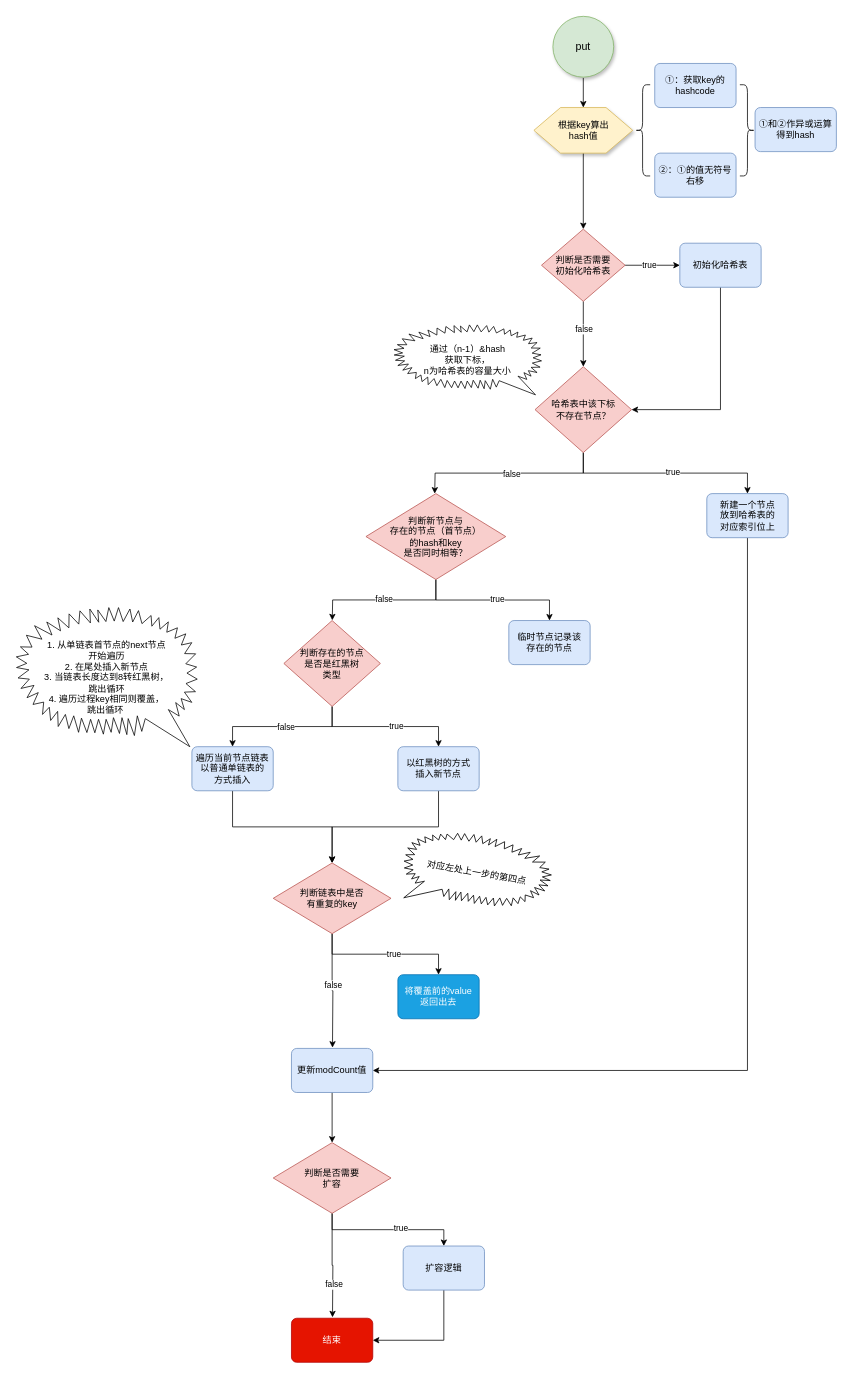
Earlier version of the draw.io diagram typora/JavaSE/6 集合/drawio/HashMap/put过程1.8.drawio (LDChing0321/JavaLearn). Source tidied: cells renumbered, new cells numbered last; positions are measured from the earlier drawing's top-left corner, leaving out a move shared by most shapes. Both pictures are drawn from the tidied source at 76%, with x=0, y=0 at pixel (16, 16).
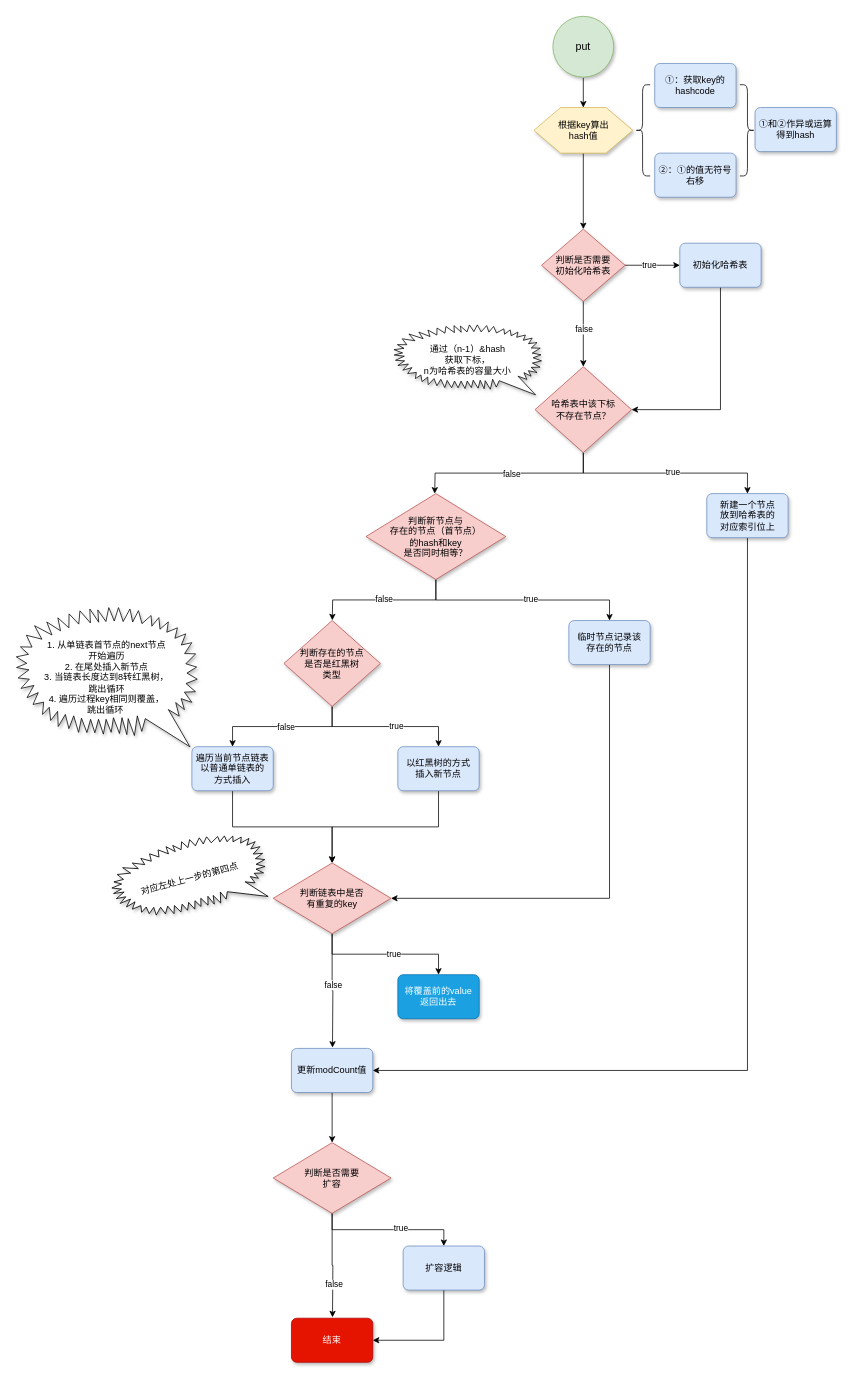
The same page after the edit.

The edit, as a diff of the source:
```diff
@@
-    <mxCell id="7" value="①：获取key的hashcode" style="rounded=1;whiteSpace=wrap;html=1;absoluteArcSize=1;arcSize=14;strokeWidth=1;fillColor=#dae8fc;strokeColor=#6c8ebf;" parent="1" vertex="1">
+    <mxCell id="7" value="①：获取key的hashcode" style="rounded=1;whiteSpace=wrap;html=1;absoluteArcSize=1;arcSize=14;strokeWidth=1;fillColor=#dae8fc;strokeColor=#6c8ebf;shadow=1;" parent="1" vertex="1">
       <mxGeometry x="840" y="62" width="107" height="58" as="geometry" />
     </mxCell>
-    <mxCell id="8" value="②：①的值无符号右移" style="rounded=1;whiteSpace=wrap;html=1;absoluteArcSize=1;arcSize=14;strokeWidth=1;fillColor=#dae8fc;strokeColor=#6c8ebf;" parent="1" vertex="1">
+    <mxCell id="8" value="②：①的值无符号右移" style="rounded=1;whiteSpace=wrap;html=1;absoluteArcSize=1;arcSize=14;strokeWidth=1;fillColor=#dae8fc;strokeColor=#6c8ebf;shadow=1;" parent="1" vertex="1">
       <mxGeometry x="840" y="180" width="107" height="58" as="geometry" />
     </mxCell>
@@
-    <mxCell id="10" value="①和②作异或运算得到hash" style="rounded=1;whiteSpace=wrap;html=1;absoluteArcSize=1;arcSize=14;strokeWidth=1;fillColor=#dae8fc;strokeColor=#6c8ebf;" parent="1" vertex="1">
+    <mxCell id="10" value="①和②作异或运算得到hash" style="rounded=1;whiteSpace=wrap;html=1;absoluteArcSize=1;arcSize=14;strokeWidth=1;fillColor=#dae8fc;strokeColor=#6c8ebf;shadow=1;" parent="1" vertex="1">
       <mxGeometry x="972" y="120" width="107" height="58" as="geometry" />
     </mxCell>
@@
-    <mxCell id="15" value="判断是否需要&lt;br&gt;初始化哈希表" style="strokeWidth=1;html=1;shape=mxgraph.flowchart.decision;whiteSpace=wrap;fillColor=#f8cecc;strokeColor=#b85450;" parent="1" vertex="1">
+    <mxCell id="15" value="判断是否需要&lt;br&gt;初始化哈希表" style="strokeWidth=1;html=1;shape=mxgraph.flowchart.decision;whiteSpace=wrap;fillColor=#f8cecc;strokeColor=#b85450;shadow=1;" parent="1" vertex="1">
       <mxGeometry x="691" y="280" width="110" height="95" as="geometry" />
     </mxCell>
@@
-    <mxCell id="17" value="初始化哈希表" style="rounded=1;whiteSpace=wrap;html=1;absoluteArcSize=1;arcSize=14;strokeWidth=1;fillColor=#dae8fc;strokeColor=#6c8ebf;" parent="1" vertex="1">
+    <mxCell id="17" value="初始化哈希表" style="rounded=1;whiteSpace=wrap;html=1;absoluteArcSize=1;arcSize=14;strokeWidth=1;fillColor=#dae8fc;strokeColor=#6c8ebf;shadow=1;" parent="1" vertex="1">
       <mxGeometry x="873" y="298.5" width="107" height="58" as="geometry" />
     </mxCell>
@@
-    <mxCell id="22" value="哈希表中该下标&lt;br&gt;不存在节点？" style="strokeWidth=1;html=1;shape=mxgraph.flowchart.decision;whiteSpace=wrap;fillColor=#f8cecc;strokeColor=#b85450;" parent="1" vertex="1">
+    <mxCell id="22" value="哈希表中该下标&lt;br&gt;不存在节点？" style="strokeWidth=1;html=1;shape=mxgraph.flowchart.decision;whiteSpace=wrap;fillColor=#f8cecc;strokeColor=#b85450;shadow=1;" parent="1" vertex="1">
       <mxGeometry x="682.5" y="461" width="127" height="113" as="geometry" />
     </mxCell>
-    <mxCell id="23" value="通过（n-1）&amp;amp;hash&lt;br&gt;获取下标，&lt;br&gt;n为哈希表的容量大小" style="whiteSpace=wrap;html=1;shape=mxgraph.basic.loud_callout;strokeWidth=1;flipH=1;" parent="1" vertex="1">
+    <mxCell id="23" value="通过（n-1）&amp;amp;hash&lt;br&gt;获取下标，&lt;br&gt;n为哈希表的容量大小" style="whiteSpace=wrap;html=1;shape=mxgraph.basic.loud_callout;strokeWidth=1;flipH=1;shadow=1;" parent="1" vertex="1">
       <mxGeometry x="497" y="406" width="194" height="92" as="geometry" />
     </mxCell>
@@
-    <mxCell id="25" value="新建一个节点&lt;br&gt;放到哈希表的&lt;br&gt;对应索引位上" style="rounded=1;whiteSpace=wrap;html=1;absoluteArcSize=1;arcSize=14;strokeWidth=1;fillColor=#dae8fc;strokeColor=#6c8ebf;" parent="1" vertex="1">
+    <mxCell id="25" value="新建一个节点&lt;br&gt;放到哈希表的&lt;br&gt;对应索引位上" style="rounded=1;whiteSpace=wrap;html=1;absoluteArcSize=1;arcSize=14;strokeWidth=1;fillColor=#dae8fc;strokeColor=#6c8ebf;glass=0;shadow=1;" parent="1" vertex="1">
       <mxGeometry x="908.5" y="628" width="107" height="58" as="geometry" />
     </mxCell>
@@
-    <mxCell id="30" value="判断新节点与&lt;br&gt;存在的节点（首节点）&lt;br&gt;的hash和key&lt;br&gt;是否同时相等？" style="strokeWidth=1;html=1;shape=mxgraph.flowchart.decision;whiteSpace=wrap;fillColor=#f8cecc;strokeColor=#b85450;" parent="1" vertex="1">
+    <mxCell id="30" value="判断新节点与&lt;br&gt;存在的节点（首节点）&lt;br&gt;的hash和key&lt;br&gt;是否同时相等？" style="strokeWidth=1;html=1;shape=mxgraph.flowchart.decision;whiteSpace=wrap;fillColor=#f8cecc;strokeColor=#b85450;shadow=1;" parent="1" vertex="1">
       <mxGeometry x="460" y="628" width="184" height="113" as="geometry" />
     </mxCell>
+    <mxCell id="59" style="edgeStyle=orthogonalEdgeStyle;rounded=0;jettySize=auto;html=1;exitX=0.5;exitY=1;exitDx=0;exitDy=0;entryX=1;entryY=0.5;entryDx=0;entryDy=0;entryPerimeter=0;" parent="1" edge="1" source="31" target="46">
+      <mxGeometry relative="1" as="geometry" />
+    </mxCell>
-    <mxCell id="31" value="临时节点记录该&lt;br&gt;存在的节点" style="rounded=1;whiteSpace=wrap;html=1;absoluteArcSize=1;arcSize=14;strokeWidth=1;fillColor=#dae8fc;strokeColor=#6c8ebf;" parent="1" vertex="1">
-      <mxGeometry x="648" y="795" width="107" height="58" as="geometry" />
+    <mxCell id="31" value="临时节点记录该&lt;br&gt;存在的节点" style="rounded=1;whiteSpace=wrap;html=1;absoluteArcSize=1;arcSize=14;strokeWidth=1;fillColor=#dae8fc;strokeColor=#6c8ebf;shadow=1;" parent="1" vertex="1">
+      <mxGeometry x="727" y="795" width="107" height="58" as="geometry" />
     </mxCell>
@@
-    <mxCell id="36" value="判断存在的节点&lt;br&gt;是否是红黑树&lt;br&gt;类型" style="strokeWidth=1;html=1;shape=mxgraph.flowchart.decision;whiteSpace=wrap;fillColor=#f8cecc;strokeColor=#b85450;" parent="1" vertex="1">
+    <mxCell id="36" value="判断存在的节点&lt;br&gt;是否是红黑树&lt;br&gt;类型" style="strokeWidth=1;html=1;shape=mxgraph.flowchart.decision;whiteSpace=wrap;fillColor=#f8cecc;strokeColor=#b85450;shadow=1;" parent="1" vertex="1">
       <mxGeometry x="352" y="795" width="127" height="113" as="geometry" />
     </mxCell>
@@
-    <mxCell id="38" value="以红黑树的方式&lt;br&gt;插入新节点" style="rounded=1;whiteSpace=wrap;html=1;absoluteArcSize=1;arcSize=14;strokeWidth=1;fillColor=#dae8fc;strokeColor=#6c8ebf;" parent="1" vertex="1">
+    <mxCell id="38" value="以红黑树的方式&lt;br&gt;插入新节点" style="rounded=1;whiteSpace=wrap;html=1;absoluteArcSize=1;arcSize=14;strokeWidth=1;fillColor=#dae8fc;strokeColor=#6c8ebf;shadow=1;" parent="1" vertex="1">
       <mxGeometry x="502" y="961" width="107" height="58" as="geometry" />
     </mxCell>
@@
-    <mxCell id="40" value="遍历当前节点链表&lt;br&gt;以普通单链表的&lt;br&gt;方式插入" style="rounded=1;whiteSpace=wrap;html=1;absoluteArcSize=1;arcSize=14;strokeWidth=1;fillColor=#dae8fc;strokeColor=#6c8ebf;" parent="1" vertex="1">
+    <mxCell id="40" value="遍历当前节点链表&lt;br&gt;以普通单链表的&lt;br&gt;方式插入" style="rounded=1;whiteSpace=wrap;html=1;absoluteArcSize=1;arcSize=14;strokeWidth=1;fillColor=#dae8fc;strokeColor=#6c8ebf;shadow=1;" parent="1" vertex="1">
       <mxGeometry x="231" y="961" width="107" height="58" as="geometry" />
     </mxCell>
-    <mxCell id="41" value="1. 从单链表首节点的next节点&lt;br&gt;开始遍历&lt;br&gt;2.&amp;nbsp;在尾处插入新节点&lt;br&gt;3.&amp;nbsp;当链表长度达到8转红黑树，&lt;br&gt;跳出循环&lt;br&gt;4.&amp;nbsp;遍历过程key相同则覆盖，&lt;br&gt;跳出循环&amp;nbsp;" style="whiteSpace=wrap;html=1;shape=mxgraph.basic.loud_callout;strokeWidth=1;flipH=1;align=center;" parent="1" vertex="1">
+    <mxCell id="41" value="1. 从单链表首节点的next节点&lt;br&gt;开始遍历&lt;br&gt;2.&amp;nbsp;在尾处插入新节点&lt;br&gt;3.&amp;nbsp;当链表长度达到8转红黑树，&lt;br&gt;跳出循环&lt;br&gt;4.&amp;nbsp;遍历过程key相同则覆盖，&lt;br&gt;跳出循环&amp;nbsp;" style="whiteSpace=wrap;html=1;shape=mxgraph.basic.loud_callout;strokeWidth=1;flipH=1;align=center;shadow=1;" parent="1" vertex="1">
       <mxGeometry y="778" width="238" height="183" as="geometry" />
     </mxCell>
@@
-    <mxCell id="46" value="判断链表中是否&lt;br&gt;有重复的key" style="strokeWidth=1;html=1;shape=mxgraph.flowchart.decision;whiteSpace=wrap;fillColor=#f8cecc;strokeColor=#b85450;" parent="1" vertex="1">
+    <mxCell id="46" value="判断链表中是否&lt;br&gt;有重复的key" style="strokeWidth=1;html=1;shape=mxgraph.flowchart.decision;whiteSpace=wrap;fillColor=#f8cecc;strokeColor=#b85450;shadow=1;" parent="1" vertex="1">
       <mxGeometry x="338" y="1114" width="155" height="93" as="geometry" />
     </mxCell>
-    <mxCell id="47" value="对应左处上一步的第四点" style="whiteSpace=wrap;html=1;shape=mxgraph.basic.loud_callout;strokeWidth=1;flipH=0;rotation=10;" parent="1" vertex="1">
-      <mxGeometry x="509" y="1078" width="194" height="98" as="geometry" />
+    <mxCell id="47" value="对应左处上一步的第四点" style="whiteSpace=wrap;html=1;shape=mxgraph.basic.loud_callout;strokeWidth=1;flipH=1;rotation=-15;shadow=1;" parent="1" vertex="1">
+      <mxGeometry x="126" y="1085" width="204" height="99" as="geometry" />
     </mxCell>
-    <mxCell id="48" value="将覆盖前的value&lt;br&gt;返回出去" style="rounded=1;whiteSpace=wrap;html=1;absoluteArcSize=1;arcSize=14;strokeWidth=1;fillColor=#1ba1e2;strokeColor=#006EAF;fontColor=#ffffff;" parent="1" vertex="1">
+    <mxCell id="48" value="将覆盖前的value&lt;br&gt;返回出去" style="rounded=1;whiteSpace=wrap;html=1;absoluteArcSize=1;arcSize=14;strokeWidth=1;fillColor=#1ba1e2;strokeColor=#006EAF;fontColor=#ffffff;shadow=1;" parent="1" vertex="1">
       <mxGeometry x="502" y="1261" width="107" height="58" as="geometry" />
     </mxCell>
@@
-    <mxCell id="50" value="更新modCount值" style="rounded=1;whiteSpace=wrap;html=1;absoluteArcSize=1;arcSize=14;strokeWidth=1;fillColor=#dae8fc;strokeColor=#6c8ebf;" parent="1" vertex="1">
+    <mxCell id="50" value="更新modCount值" style="rounded=1;whiteSpace=wrap;html=1;absoluteArcSize=1;arcSize=14;strokeWidth=1;fillColor=#dae8fc;strokeColor=#6c8ebf;shadow=1;" parent="1" vertex="1">
       <mxGeometry x="362" y="1358" width="107" height="58" as="geometry" />
     </mxCell>
@@
-    <mxCell id="55" value="判断是否需要&lt;br&gt;扩容" style="strokeWidth=1;html=1;shape=mxgraph.flowchart.decision;whiteSpace=wrap;fillColor=#f8cecc;strokeColor=#b85450;" parent="1" vertex="1">
+    <mxCell id="55" value="判断是否需要&lt;br&gt;扩容" style="strokeWidth=1;html=1;shape=mxgraph.flowchart.decision;whiteSpace=wrap;fillColor=#f8cecc;strokeColor=#b85450;shadow=1;" parent="1" vertex="1">
       <mxGeometry x="338" y="1482" width="155" height="93" as="geometry" />
     </mxCell>
@@
-    <mxCell id="57" value="扩容逻辑" style="rounded=1;whiteSpace=wrap;html=1;absoluteArcSize=1;arcSize=14;strokeWidth=1;fillColor=#dae8fc;strokeColor=#6c8ebf;" parent="1" vertex="1">
+    <mxCell id="57" value="扩容逻辑" style="rounded=1;whiteSpace=wrap;html=1;absoluteArcSize=1;arcSize=14;strokeWidth=1;fillColor=#dae8fc;strokeColor=#6c8ebf;shadow=1;" parent="1" vertex="1">
       <mxGeometry x="509" y="1618" width="107" height="58" as="geometry" />
     </mxCell>
-    <mxCell id="58" value="结束" style="rounded=1;whiteSpace=wrap;html=1;absoluteArcSize=1;arcSize=14;strokeWidth=1;fillColor=#e51400;strokeColor=#B20000;fontColor=#ffffff;" parent="1" vertex="1">
+    <mxCell id="58" value="结束" style="rounded=1;whiteSpace=wrap;html=1;absoluteArcSize=1;arcSize=14;strokeWidth=1;fillColor=#e51400;strokeColor=#B20000;fontColor=#ffffff;shadow=1;" parent="1" vertex="1">
       <mxGeometry x="362" y="1713" width="107" height="58" as="geometry" />
     </mxCell>
```
